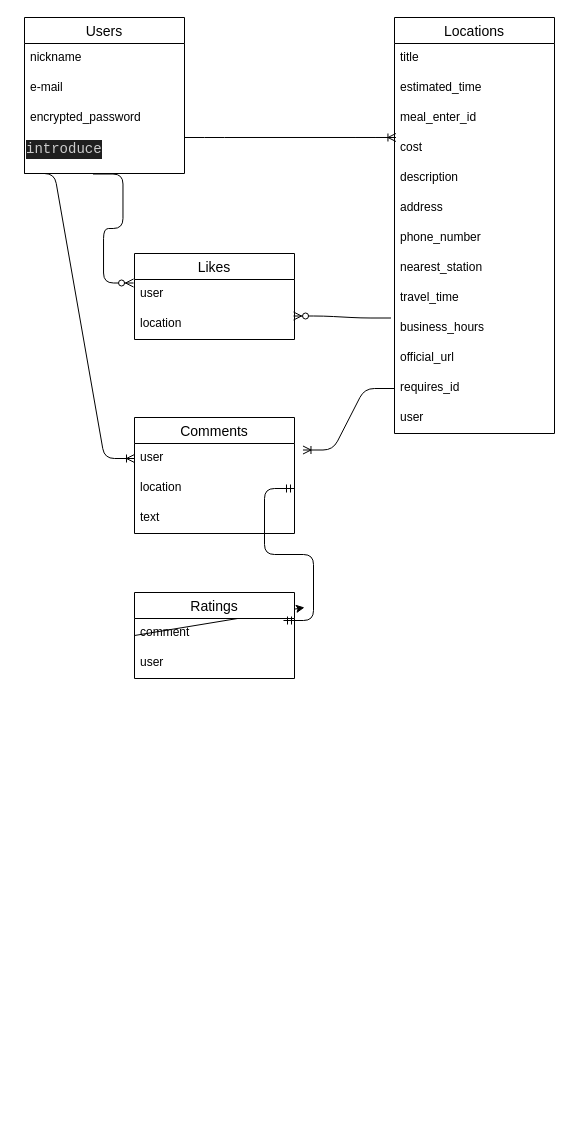
This is rings.dio from amajun0202/rings-39998, a draw.io file, before an edit. Source tidied: cells renumbered, new cells numbered last; positions are measured from the earlier drawing's top-left corner, leaving out a move shared by most shapes. Both pictures are drawn from the tidied source at 100%, with x=0, y=0 at pixel (24, 17).
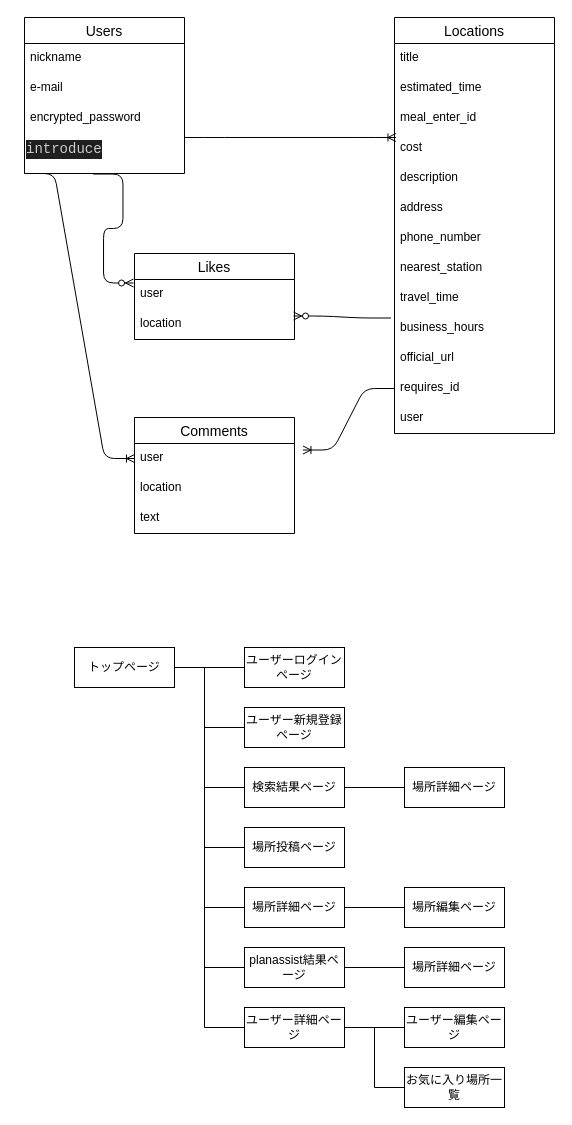
After the change.

Unchanged cells that the change refers to:
```xml
<mxCell id="27" value="location" style="text;strokeColor=none;fillColor=none;spacingLeft=4;spacingRight=4;overflow=hidden;points=[[0,0.5],[1,0.5]];portConstraint=eastwest;fontSize=12;" parent="25" vertex="1">
  <mxGeometry y="56" width="160" height="30" as="geometry" />
</mxCell>
```

Change to the diagram source:
```diff
@@
-    <mxCell id="29" style="edgeStyle=none;html=1;exitX=0;exitY=0.5;exitDx=0;exitDy=0;" parent="1" edge="1" source="30">
-      <mxGeometry relative="1" as="geometry">
-        <mxPoint x="280" y="590" as="targetPoint" />
-      </mxGeometry>
-    </mxCell>
-    <mxCell id="30" value="Ratings" style="swimlane;fontStyle=0;horizontal=1;startSize=26;align=center;fontSize=14;" parent="1" vertex="1">
-      <mxGeometry x="110" y="575" width="160" height="86" as="geometry" />
-    </mxCell>
-    <mxCell id="31" value="comment" style="text;strokeColor=none;fillColor=none;spacingLeft=4;spacingRight=4;overflow=hidden;fontSize=12;" parent="30" vertex="1">
-      <mxGeometry y="26" width="160" height="30" as="geometry" />
-    </mxCell>
-    <mxCell id="32" value="user" style="text;strokeColor=none;fillColor=none;spacingLeft=4;spacingRight=4;overflow=hidden;fontSize=12;" parent="30" vertex="1">
-      <mxGeometry y="56" width="160" height="30" as="geometry" />
-    </mxCell>
@@
-    <mxCell id="36" style="edgeStyle=entityRelationEdgeStyle;fontSize=12;html=1;endArrow=ERmandOne;startArrow=ERmandOne;exitX=1;exitY=0.5;exitDx=0;exitDy=0;entryX=1;entryY=0.5;entryDx=0;entryDy=0;" parent="1" edge="1" target="27">
-      <mxGeometry relative="1" as="geometry">
-        <mxPoint x="259" y="603" as="sourcePoint" />
-      </mxGeometry>
-    </mxCell>
@@
+    <mxCell id="32" value="トップページ" style="whiteSpace=wrap;html=1;align=center;" parent="1" vertex="1">
+      <mxGeometry x="50" y="630" width="100" height="40" as="geometry" />
+    </mxCell>
+    <mxCell id="38" value="ユーザーログインページ" style="whiteSpace=wrap;html=1;align=center;" parent="1" vertex="1">
+      <mxGeometry x="220" y="630" width="100" height="40" as="geometry" />
+    </mxCell>
+    <mxCell id="39" value="ユーザー新規登録ページ" style="whiteSpace=wrap;html=1;align=center;" parent="1" vertex="1">
+      <mxGeometry x="220" y="690" width="100" height="40" as="geometry" />
+    </mxCell>
+    <mxCell id="40" value="検索結果ページ" style="whiteSpace=wrap;html=1;align=center;" parent="1" vertex="1">
+      <mxGeometry x="220" y="750" width="100" height="40" as="geometry" />
+    </mxCell>
+    <mxCell id="41" value="場所投稿ページ" style="whiteSpace=wrap;html=1;align=center;" parent="1" vertex="1">
+      <mxGeometry x="220" y="810" width="100" height="40" as="geometry" />
+    </mxCell>
+    <mxCell id="42" value="場所詳細ページ" style="whiteSpace=wrap;html=1;align=center;" parent="1" vertex="1">
+      <mxGeometry x="380" y="930" width="100" height="40" as="geometry" />
+    </mxCell>
+    <mxCell id="43" value="planassist結果ページ" style="whiteSpace=wrap;html=1;align=center;" parent="1" vertex="1">
+      <mxGeometry x="220" y="930" width="100" height="40" as="geometry" />
+    </mxCell>
+    <mxCell id="44" value="ユーザー詳細ページ" style="whiteSpace=wrap;html=1;align=center;" parent="1" vertex="1">
+      <mxGeometry x="220" y="990" width="100" height="40" as="geometry" />
+    </mxCell>
+    <mxCell id="45" value="場所詳細ページ" style="whiteSpace=wrap;html=1;align=center;" parent="1" vertex="1">
+      <mxGeometry x="380" y="750" width="100" height="40" as="geometry" />
+    </mxCell>
+    <mxCell id="46" value="場所詳細ページ" style="whiteSpace=wrap;html=1;align=center;" parent="1" vertex="1">
+      <mxGeometry x="220" y="870" width="100" height="40" as="geometry" />
+    </mxCell>
+    <mxCell id="47" value="場所編集ページ" style="whiteSpace=wrap;html=1;align=center;" parent="1" vertex="1">
+      <mxGeometry x="380" y="870" width="100" height="40" as="geometry" />
+    </mxCell>
+    <mxCell id="48" value="ユーザー編集ページ" style="whiteSpace=wrap;html=1;align=center;" parent="1" vertex="1">
+      <mxGeometry x="380" y="990" width="100" height="40" as="geometry" />
+    </mxCell>
+    <mxCell id="49" value="お気に入り場所一覧" style="whiteSpace=wrap;html=1;align=center;" parent="1" vertex="1">
+      <mxGeometry x="380" y="1050" width="100" height="40" as="geometry" />
+    </mxCell>
+    <mxCell id="50" style="endArrow=none;html=1;rounded=0;entryX=0;entryY=0.5;entryDx=0;entryDy=0;" parent="1" edge="1" target="38">
+      <mxGeometry relative="1" as="geometry">
+        <mxPoint x="150" y="650" as="sourcePoint" />
+      </mxGeometry>
+    </mxCell>
+    <mxCell id="51" style="endArrow=none;html=1;rounded=0;" parent="1" edge="1">
+      <mxGeometry relative="1" as="geometry">
+        <mxPoint x="180" y="1010" as="sourcePoint" />
+        <mxPoint x="180" y="650" as="targetPoint" />
+      </mxGeometry>
+    </mxCell>
+    <mxCell id="52" style="endArrow=none;html=1;rounded=0;entryX=0;entryY=0.5;entryDx=0;entryDy=0;" parent="1" edge="1" target="39">
+      <mxGeometry relative="1" as="geometry">
+        <mxPoint x="180" y="710" as="sourcePoint" />
+      </mxGeometry>
+    </mxCell>
+    <mxCell id="53" style="endArrow=none;html=1;rounded=0;entryX=0;entryY=0.5;entryDx=0;entryDy=0;" parent="1" edge="1" target="40">
+      <mxGeometry relative="1" as="geometry">
+        <mxPoint x="180" y="770" as="sourcePoint" />
+      </mxGeometry>
+    </mxCell>
+    <mxCell id="54" style="endArrow=none;html=1;rounded=0;entryX=0;entryY=0.5;entryDx=0;entryDy=0;" parent="1" edge="1" target="41">
+      <mxGeometry relative="1" as="geometry">
+        <mxPoint x="180" y="830" as="sourcePoint" />
+      </mxGeometry>
+    </mxCell>
+    <mxCell id="55" style="endArrow=none;html=1;rounded=0;entryX=0;entryY=0.5;entryDx=0;entryDy=0;" parent="1" edge="1" target="46">
+      <mxGeometry relative="1" as="geometry">
+        <mxPoint x="180" y="890" as="sourcePoint" />
+      </mxGeometry>
+    </mxCell>
+    <mxCell id="56" style="endArrow=none;html=1;rounded=0;entryX=0;entryY=0.5;entryDx=0;entryDy=0;" parent="1" edge="1" target="43">
+      <mxGeometry relative="1" as="geometry">
+        <mxPoint x="180" y="950" as="sourcePoint" />
+      </mxGeometry>
+    </mxCell>
+    <mxCell id="57" style="endArrow=none;html=1;rounded=0;entryX=0;entryY=0.5;entryDx=0;entryDy=0;" parent="1" edge="1" target="44">
+      <mxGeometry relative="1" as="geometry">
+        <mxPoint x="180" y="1010" as="sourcePoint" />
+      </mxGeometry>
+    </mxCell>
+    <mxCell id="58" style="endArrow=none;html=1;rounded=0;exitX=1;exitY=0.5;exitDx=0;exitDy=0;entryX=0;entryY=0.5;entryDx=0;entryDy=0;" parent="1" edge="1" source="40" target="45">
+      <mxGeometry relative="1" as="geometry" />
+    </mxCell>
+    <mxCell id="59" style="endArrow=none;html=1;rounded=0;exitX=1;exitY=0.5;exitDx=0;exitDy=0;entryX=0;entryY=0.5;entryDx=0;entryDy=0;" parent="1" edge="1" source="46" target="47">
+      <mxGeometry relative="1" as="geometry" />
+    </mxCell>
+    <mxCell id="60" style="endArrow=none;html=1;rounded=0;exitX=1;exitY=0.5;exitDx=0;exitDy=0;entryX=0;entryY=0.5;entryDx=0;entryDy=0;" parent="1" edge="1" source="43" target="42">
+      <mxGeometry relative="1" as="geometry" />
+    </mxCell>
+    <mxCell id="61" style="endArrow=none;html=1;rounded=0;exitX=1;exitY=0.5;exitDx=0;exitDy=0;entryX=0;entryY=0.5;entryDx=0;entryDy=0;" parent="1" edge="1" source="44" target="48">
+      <mxGeometry relative="1" as="geometry" />
+    </mxCell>
+    <mxCell id="62" style="endArrow=none;html=1;rounded=0;" parent="1" edge="1">
+      <mxGeometry relative="1" as="geometry">
+        <mxPoint x="350" y="1010" as="sourcePoint" />
+        <mxPoint x="350" y="1070" as="targetPoint" />
+      </mxGeometry>
+    </mxCell>
+    <mxCell id="63" style="endArrow=none;html=1;rounded=0;entryX=0;entryY=0.5;entryDx=0;entryDy=0;" parent="1" edge="1" target="49">
+      <mxGeometry relative="1" as="geometry">
+        <mxPoint x="350" y="1070" as="sourcePoint" />
+      </mxGeometry>
+    </mxCell>
```
